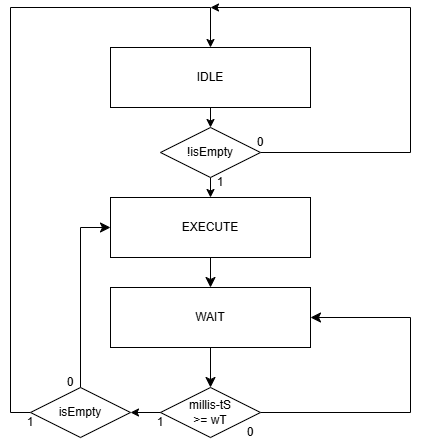
This is DiagramaDeEstadosBuffer.png from Dexiis/FSO-TP2, a draw.io export, as it was before one commit. Source tidied: cells renumbered, new cells last; positions are measured from the earlier drawing's top-left corner, leaving out a move shared by most shapes.
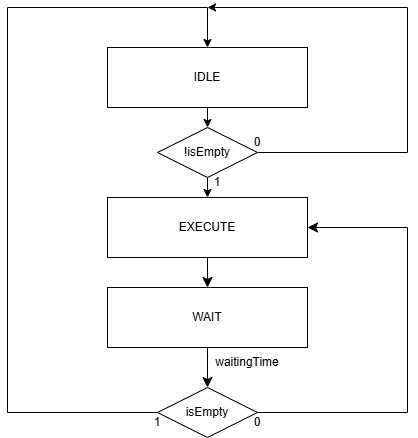
The same file after the commit.

What changed in the source:
```diff
@@ -2,107 +2,90 @@
   <root>
     <mxCell id="0" />
     <mxCell id="1" parent="0" />
-    <mxCell id="2" style="edgeStyle=none;curved=1;rounded=0;jettySize=auto;html=1;exitX=0.5;exitY=1;exitDx=0;exitDy=0;entryX=0.5;entryY=0;entryDx=0;entryDy=0;fontSize=12;startSize=8;endSize=8;" parent="1" edge="1" source="3" target="6">
-      <mxGeometry relative="1" as="geometry" />
-    </mxCell>
-    <mxCell id="3" style="rounded=0;whiteSpace=wrap;html=1;" parent="1" vertex="1">
-      <mxGeometry x="110" y="190" width="200" height="60" as="geometry" />
-    </mxCell>
+    <mxCell id="29" style="edgeStyle=none;curved=1;rounded=0;jettySize=auto;html=1;exitX=0.5;exitY=1;exitDx=0;exitDy=0;entryX=0.5;entryY=0;entryDx=0;entryDy=0;fontSize=12;startSize=8;endSize=8;" parent="1" edge="1" source="30" target="32">
+      <mxGeometry relative="1" as="geometry" />
+    </mxCell>
+    <mxCell id="30" style="rounded=0;whiteSpace=wrap;html=1;" parent="1" vertex="1">
+      <mxGeometry x="110" y="190" width="200" height="60" as="geometry" />
+    </mxCell>
     <mxCell id="4" value="EXECUTE" style="text;html=1;align=center;verticalAlign=middle;whiteSpace=wrap;rounded=0;" parent="1" vertex="1">
       <mxGeometry x="180" y="205" width="60" height="30" as="geometry" />
     </mxCell>
-    <mxCell id="5" style="edgeStyle=none;curved=1;rounded=0;jettySize=auto;html=1;exitX=0.5;exitY=1;exitDx=0;exitDy=0;entryX=0.5;entryY=0;entryDx=0;entryDy=0;fontSize=12;startSize=8;endSize=8;" parent="1" edge="1" source="6" target="9">
-      <mxGeometry relative="1" as="geometry" />
-    </mxCell>
-    <mxCell id="6" style="rounded=0;whiteSpace=wrap;html=1;" parent="1" vertex="1">
-      <mxGeometry x="110" y="280" width="200" height="60" as="geometry" />
-    </mxCell>
+    <mxCell id="31" style="edgeStyle=none;curved=1;rounded=0;jettySize=auto;html=1;exitX=0.5;exitY=1;exitDx=0;exitDy=0;entryX=0.5;entryY=0;entryDx=0;entryDy=0;fontSize=12;startSize=8;endSize=8;" parent="1" edge="1" source="32">
+      <mxGeometry relative="1" as="geometry">
+        <mxPoint x="210" y="380" as="targetPoint" />
+      </mxGeometry>
+    </mxCell>
+    <mxCell id="32" style="rounded=0;whiteSpace=wrap;html=1;" parent="1" vertex="1">
+      <mxGeometry x="110" y="280" width="200" height="60" as="geometry" />
+    </mxCell>
     <mxCell id="7" value="WAIT" style="text;html=1;align=center;verticalAlign=middle;whiteSpace=wrap;rounded=0;" parent="1" vertex="1">
       <mxGeometry x="180" y="295" width="60" height="30" as="geometry" />
     </mxCell>
-    <mxCell id="8" style="edgeStyle=none;curved=0;rounded=0;jettySize=auto;html=1;entryX=1;entryY=0.5;entryDx=0;entryDy=0;fontSize=12;startSize=8;endSize=8;exitX=1;exitY=0.5;exitDx=0;exitDy=0;" parent="1" edge="1" source="9" target="6">
-      <mxGeometry relative="1" as="geometry">
-        <Array as="points">
-          <mxPoint x="410" y="405" />
-          <mxPoint x="410" y="310" />
-        </Array>
-      </mxGeometry>
-    </mxCell>
-    <mxCell id="9" style="rhombus;whiteSpace=wrap;html=1;" parent="1" vertex="1">
-      <mxGeometry x="160" y="380" width="100" height="50" as="geometry" />
-    </mxCell>
-    <mxCell id="10" style="edgeStyle=orthogonalEdgeStyle;rounded=0;jettySize=auto;html=1;exitX=0.5;exitY=1;exitDx=0;exitDy=0;entryX=0.5;entryY=0;entryDx=0;entryDy=0;" parent="1" edge="1" source="11" target="25">
-      <mxGeometry relative="1" as="geometry" />
-    </mxCell>
-    <mxCell id="11" style="rounded=0;whiteSpace=wrap;html=1;" parent="1" vertex="1">
-      <mxGeometry x="110" y="40" width="200" height="60" as="geometry" />
-    </mxCell>
+    <mxCell id="33" style="edgeStyle=none;curved=0;rounded=0;jettySize=auto;html=1;entryX=1;entryY=0.5;entryDx=0;entryDy=0;fontSize=12;startSize=8;endSize=8;exitX=1;exitY=0.5;exitDx=0;exitDy=0;" parent="1" edge="1" source="37" target="30">
+      <mxGeometry relative="1" as="geometry">
+        <Array as="points">
+          <mxPoint x="410" y="405" />
+          <mxPoint x="410" y="220" />
+        </Array>
+      </mxGeometry>
+    </mxCell>
+    <mxCell id="34" style="edgeStyle=orthogonalEdgeStyle;rounded=0;jettySize=auto;html=1;exitX=0.5;exitY=1;exitDx=0;exitDy=0;entryX=0.5;entryY=0;entryDx=0;entryDy=0;" parent="1" edge="1" source="35" target="41">
+      <mxGeometry relative="1" as="geometry" />
+    </mxCell>
+    <mxCell id="35" style="rounded=0;whiteSpace=wrap;html=1;" parent="1" vertex="1">
+      <mxGeometry x="110" y="40" width="200" height="60" as="geometry" />
+    </mxCell>
     <mxCell id="12" value="IDLE" style="text;html=1;align=center;verticalAlign=middle;whiteSpace=wrap;rounded=0;" parent="1" vertex="1">
       <mxGeometry x="180" y="55" width="60" height="30" as="geometry" />
     </mxCell>
-    <mxCell id="13" value="millis-tS &amp;gt;= wT" style="text;html=1;align=center;verticalAlign=middle;whiteSpace=wrap;rounded=0;" parent="1" vertex="1">
-      <mxGeometry x="180" y="390" width="60" height="30" as="geometry" />
-    </mxCell>
-    <mxCell id="14" value="0" style="text;html=1;align=center;verticalAlign=middle;whiteSpace=wrap;rounded=0;" parent="1" vertex="1">
-      <mxGeometry x="220" y="410" width="60" height="30" as="geometry" />
-    </mxCell>
-    <mxCell id="15" value="1" style="text;html=1;align=center;verticalAlign=middle;whiteSpace=wrap;rounded=0;" parent="1" vertex="1">
-      <mxGeometry x="130" y="400" width="60" height="30" as="geometry" />
-    </mxCell>
-    <mxCell id="16" style="edgeStyle=orthogonalEdgeStyle;rounded=0;jettySize=auto;html=1;exitX=0;exitY=0.5;exitDx=0;exitDy=0;entryX=0.5;entryY=0;entryDx=0;entryDy=0;" parent="1" edge="1" source="18" target="11">
-      <mxGeometry relative="1" as="geometry">
-        <Array as="points">
-          <mxPoint x="10" y="405" />
-          <mxPoint x="10" />
-          <mxPoint x="210" />
-        </Array>
-      </mxGeometry>
-    </mxCell>
-    <mxCell id="17" style="edgeStyle=none;curved=0;rounded=0;jettySize=auto;html=1;exitX=0.5;exitY=0;exitDx=0;exitDy=0;entryX=0;entryY=0.5;entryDx=0;entryDy=0;fontSize=12;startSize=8;endSize=8;" parent="1" edge="1" source="18" target="3">
-      <mxGeometry relative="1" as="geometry">
-        <Array as="points">
-          <mxPoint x="80" y="220" />
-        </Array>
-      </mxGeometry>
-    </mxCell>
-    <mxCell id="18" style="rhombus;whiteSpace=wrap;html=1;" parent="1" vertex="1">
-      <mxGeometry x="30" y="380" width="100" height="50" as="geometry" />
-    </mxCell>
+    <mxCell id="36" style="edgeStyle=orthogonalEdgeStyle;rounded=0;jettySize=auto;html=1;exitX=0;exitY=0.5;exitDx=0;exitDy=0;entryX=0.5;entryY=0;entryDx=0;entryDy=0;" parent="1" edge="1" source="37" target="35">
+      <mxGeometry relative="1" as="geometry">
+        <Array as="points">
+          <mxPoint x="10" y="405" />
+          <mxPoint x="10" />
+          <mxPoint x="210" />
+        </Array>
+      </mxGeometry>
+    </mxCell>
+    <mxCell id="37" style="rhombus;whiteSpace=wrap;html=1;" parent="1" vertex="1">
+      <mxGeometry x="160" y="380" width="100" height="50" as="geometry" />
+    </mxCell>
     <mxCell id="19" value="isEmpty" style="text;html=1;align=center;verticalAlign=middle;whiteSpace=wrap;rounded=0;" parent="1" vertex="1">
-      <mxGeometry x="50" y="390" width="60" height="30" as="geometry" />
+      <mxGeometry x="180" y="390" width="60" height="30" as="geometry" />
     </mxCell>
     <mxCell id="20" value="&lt;div&gt;0&lt;/div&gt;" style="text;html=1;align=center;verticalAlign=middle;whiteSpace=wrap;rounded=0;" parent="1" vertex="1">
-      <mxGeometry x="40" y="360" width="60" height="30" as="geometry" />
+      <mxGeometry x="230" y="400" width="60" height="30" as="geometry" />
     </mxCell>
-    <mxCell id="21" value="1" style="text;html=1;align=center;verticalAlign=middle;whiteSpace=wrap;rounded=0;" parent="1" vertex="1">
-      <mxGeometry y="400" width="60" height="30" as="geometry" />
-    </mxCell>
-    <mxCell id="22" style="edgeStyle=orthogonalEdgeStyle;rounded=0;jettySize=auto;html=1;exitX=0;exitY=0.5;exitDx=0;exitDy=0;entryX=1;entryY=0.5;entryDx=0;entryDy=0;" parent="1" edge="1" source="9" target="18">
-      <mxGeometry relative="1" as="geometry" />
-    </mxCell>
-    <mxCell id="23" style="edgeStyle=orthogonalEdgeStyle;rounded=0;jettySize=auto;html=1;exitX=0.5;exitY=1;exitDx=0;exitDy=0;entryX=0.5;entryY=0;entryDx=0;entryDy=0;" parent="1" edge="1" source="25" target="3">
-      <mxGeometry relative="1" as="geometry" />
-    </mxCell>
-    <mxCell id="24" style="edgeStyle=orthogonalEdgeStyle;rounded=0;jettySize=auto;html=1;exitX=1;exitY=0.5;exitDx=0;exitDy=0;" parent="1" edge="1" source="25">
-      <mxGeometry relative="1" as="geometry">
-        <mxPoint x="210" as="targetPoint" />
-        <Array as="points">
-          <mxPoint x="410" y="145" />
-          <mxPoint x="410" />
-        </Array>
-      </mxGeometry>
-    </mxCell>
-    <mxCell id="25" style="rhombus;whiteSpace=wrap;html=1;" parent="1" vertex="1">
-      <mxGeometry x="160" y="120" width="100" height="50" as="geometry" />
-    </mxCell>
-    <mxCell id="26" value="1" style="text;html=1;align=center;verticalAlign=middle;whiteSpace=wrap;rounded=0;" parent="1" vertex="1">
-      <mxGeometry x="190" y="160" width="60" height="30" as="geometry" />
-    </mxCell>
+    <mxCell id="38" value="1" style="text;html=1;align=center;verticalAlign=middle;whiteSpace=wrap;rounded=0;" parent="1" vertex="1">
+      <mxGeometry x="130" y="400" width="60" height="30" as="geometry" />
+    </mxCell>
+    <mxCell id="39" style="edgeStyle=orthogonalEdgeStyle;rounded=0;jettySize=auto;html=1;exitX=0.5;exitY=1;exitDx=0;exitDy=0;entryX=0.5;entryY=0;entryDx=0;entryDy=0;" parent="1" edge="1" source="41" target="30">
+      <mxGeometry relative="1" as="geometry" />
+    </mxCell>
+    <mxCell id="40" style="edgeStyle=orthogonalEdgeStyle;rounded=0;jettySize=auto;html=1;exitX=1;exitY=0.5;exitDx=0;exitDy=0;" parent="1" edge="1" source="41">
+      <mxGeometry relative="1" as="geometry">
+        <mxPoint x="210" as="targetPoint" />
+        <Array as="points">
+          <mxPoint x="410" y="145" />
+          <mxPoint x="410" />
+        </Array>
+      </mxGeometry>
+    </mxCell>
+    <mxCell id="41" style="rhombus;whiteSpace=wrap;html=1;" parent="1" vertex="1">
+      <mxGeometry x="160" y="120" width="100" height="50" as="geometry" />
+    </mxCell>
+    <mxCell id="42" value="1" style="text;html=1;align=center;verticalAlign=middle;whiteSpace=wrap;rounded=0;" parent="1" vertex="1">
+      <mxGeometry x="190" y="160" width="60" height="30" as="geometry" />
+    </mxCell>
     <mxCell id="27" value="!isEmpty" style="text;html=1;align=center;verticalAlign=middle;whiteSpace=wrap;rounded=0;" parent="1" vertex="1">
       <mxGeometry x="180" y="130" width="60" height="30" as="geometry" />
     </mxCell>
-    <mxCell id="28" value="0" style="text;html=1;align=center;verticalAlign=middle;whiteSpace=wrap;rounded=0;" parent="1" vertex="1">
-      <mxGeometry x="230" y="120" width="60" height="30" as="geometry" />
-    </mxCell>
+    <mxCell id="43" value="0" style="text;html=1;align=center;verticalAlign=middle;whiteSpace=wrap;rounded=0;" parent="1" vertex="1">
+      <mxGeometry x="230" y="120" width="60" height="30" as="geometry" />
+    </mxCell>
+    <mxCell id="44" value="&lt;div&gt;waitingTime&lt;/div&gt;" style="text;html=1;align=center;verticalAlign=middle;whiteSpace=wrap;rounded=0;" parent="1" vertex="1">
+      <mxGeometry x="220" y="340" width="60" height="30" as="geometry" />
+    </mxCell>
   </root>
 </mxGraphModel>
```
